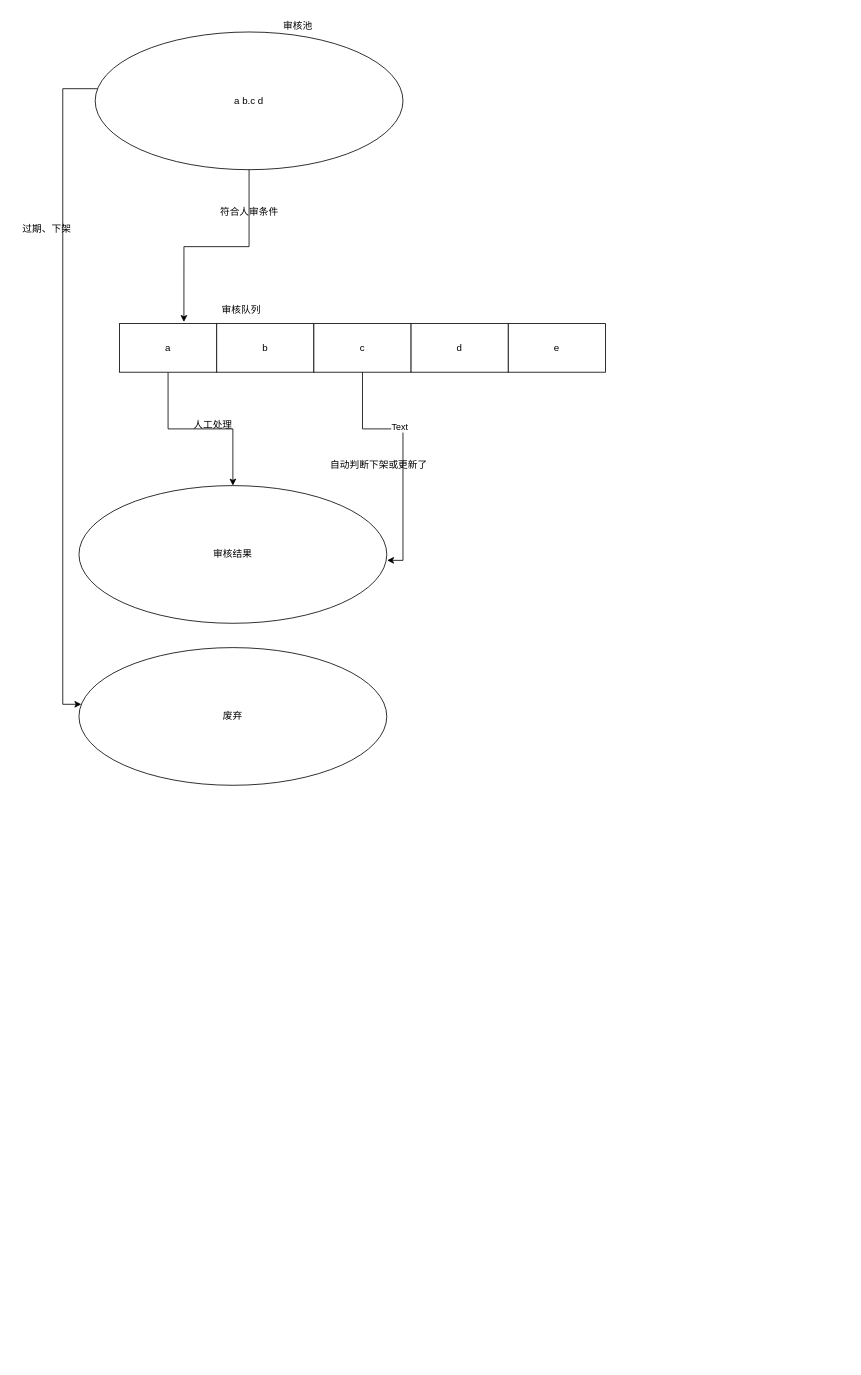
This is review.drawio from onlyonedaniel/wiki, a draw.io file, before an edit. Source tidied: cells renumbered, new cells numbered last; positions are measured from the earlier drawing's top-left corner, leaving out a move shared by most shapes. Both pictures are drawn from the tidied source at 81%, with x=0, y=0 at pixel (14, 14).
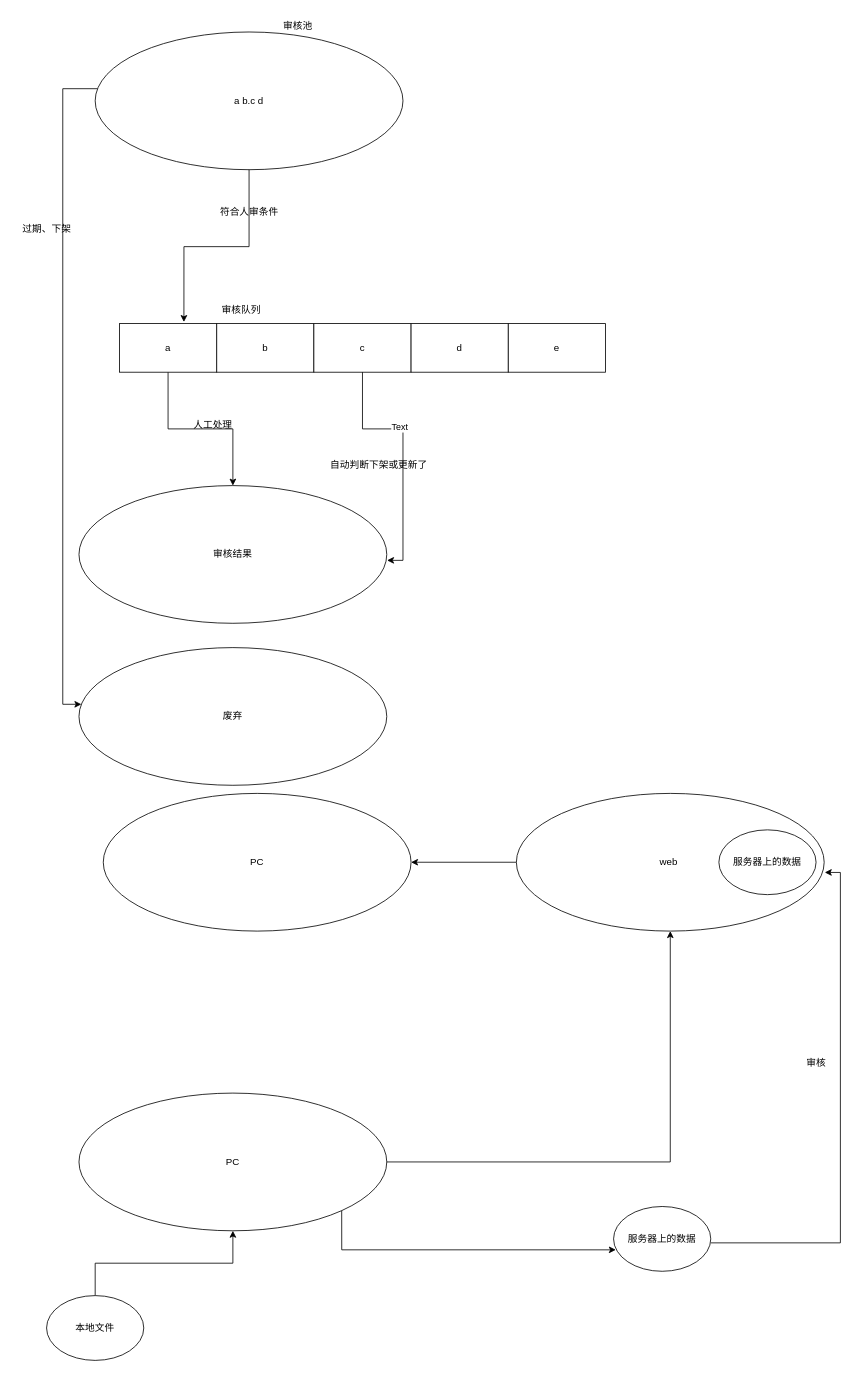
After the change.

Change to the diagram source:
```diff
@@
+    <mxCell id="21" style="edgeStyle=orthogonalEdgeStyle;rounded=0;jettySize=auto;html=1;" parent="1" edge="1" source="22" target="24">
+      <mxGeometry relative="1" as="geometry" />
+    </mxCell>
+    <mxCell id="22" value="PC" style="ellipse;whiteSpace=wrap;html=1;" parent="1" vertex="1">
+      <mxGeometry x="80" y="1332" width="380" height="170" as="geometry" />
+    </mxCell>
+    <mxCell id="23" style="edgeStyle=orthogonalEdgeStyle;rounded=0;jettySize=auto;html=1;" parent="1" edge="1" source="24" target="25">
+      <mxGeometry relative="1" as="geometry" />
+    </mxCell>
+    <mxCell id="24" value="web&amp;nbsp;" style="ellipse;whiteSpace=wrap;html=1;" parent="1" vertex="1">
+      <mxGeometry x="620" y="962" width="380" height="170" as="geometry" />
+    </mxCell>
+    <mxCell id="25" value="PC" style="ellipse;whiteSpace=wrap;html=1;" parent="1" vertex="1">
+      <mxGeometry x="110" y="962" width="380" height="170" as="geometry" />
+    </mxCell>
+    <mxCell id="26" style="edgeStyle=orthogonalEdgeStyle;rounded=0;jettySize=auto;html=1;" parent="1" edge="1" source="27" target="22">
+      <mxGeometry relative="1" as="geometry" />
+    </mxCell>
+    <mxCell id="27" value="本地文件" style="ellipse;whiteSpace=wrap;html=1;" parent="1" vertex="1">
+      <mxGeometry x="40" y="1582" width="120" height="80" as="geometry" />
+    </mxCell>
+    <mxCell id="28" value="服务器上的数据" style="ellipse;whiteSpace=wrap;html=1;" parent="1" vertex="1">
+      <mxGeometry x="870" y="1007" width="120" height="80" as="geometry" />
+    </mxCell>
+    <mxCell id="29" style="edgeStyle=orthogonalEdgeStyle;rounded=0;jettySize=auto;html=1;entryX=1.002;entryY=0.574;entryDx=0;entryDy=0;entryPerimeter=0;" parent="1" edge="1" target="24">
+      <mxGeometry relative="1" as="geometry">
+        <mxPoint x="860" y="1516.9" as="sourcePoint" />
+        <Array as="points">
+          <mxPoint x="1020" y="1517" />
+          <mxPoint x="1020" y="1060" />
+        </Array>
+      </mxGeometry>
+    </mxCell>
+    <mxCell id="30" value="服务器上的数据" style="ellipse;whiteSpace=wrap;html=1;" parent="1" vertex="1">
+      <mxGeometry x="740" y="1472" width="120" height="80" as="geometry" />
+    </mxCell>
+    <mxCell id="31" style="edgeStyle=orthogonalEdgeStyle;rounded=0;jettySize=auto;html=1;exitX=1;exitY=1;exitDx=0;exitDy=0;entryX=0.023;entryY=0.669;entryDx=0;entryDy=0;entryPerimeter=0;" parent="1" edge="1" source="22" target="30">
+      <mxGeometry relative="1" as="geometry">
+        <Array as="points">
+          <mxPoint x="404" y="1526" />
+        </Array>
+      </mxGeometry>
+    </mxCell>
+    <mxCell id="32" value="审核" style="text;html=1;align=center;verticalAlign=middle;strokeColor=none;fillColor=none;" parent="1" vertex="1">
+      <mxGeometry x="965" y="1280" width="50" height="30" as="geometry" />
+    </mxCell>
```
